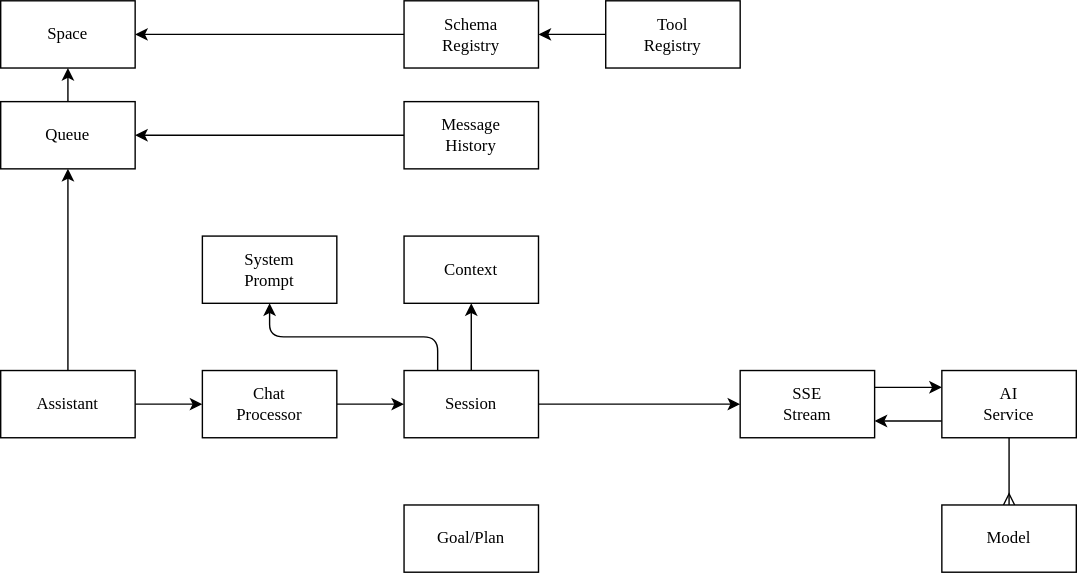
Earlier version of the draw.io export packages/experimental/assistant/docs/assistant.drawio.svg (dxos/dxos). Source tidied: cells renumbered, new cells last; positions are measured from the earlier drawing's top-left corner, leaving out a move shared by most shapes.
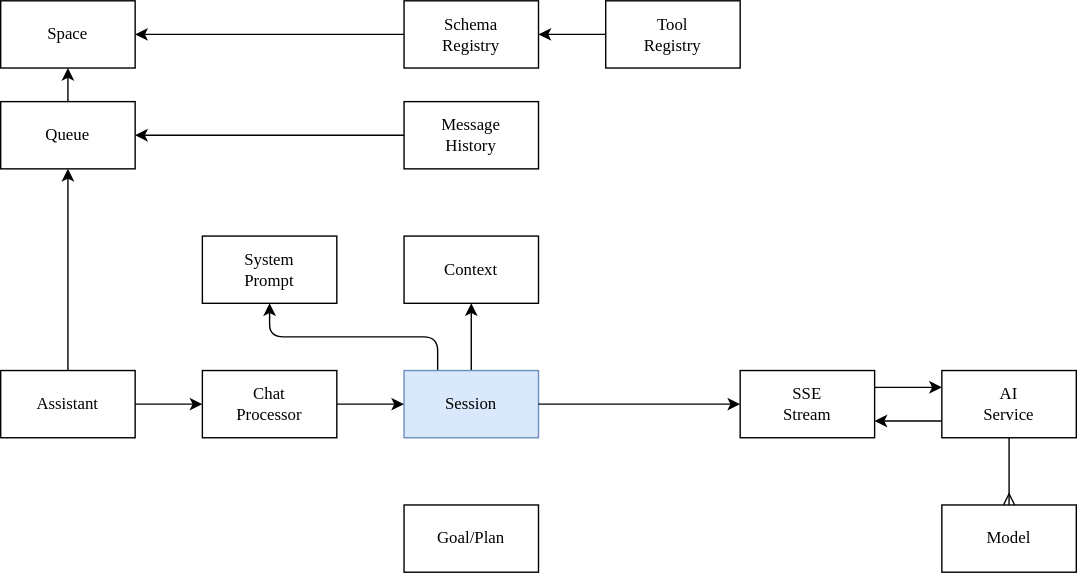
The same file after the commit.

What changed in the source:
```diff
@@ -22,7 +22,7 @@
         </Array>
       </mxGeometry>
     </mxCell>
-    <mxCell id="7" value="Session" style="rounded=0;whiteSpace=wrap;html=1;fontFamily=raleway;fontSource=https%3A%2F%2Ffonts.googleapis.com%2Fcss%3Ffamily%3Draleway;" parent="1" vertex="1">
+    <mxCell id="7" value="Session" style="rounded=0;whiteSpace=wrap;html=1;fontFamily=raleway;fontSource=https%3A%2F%2Ffonts.googleapis.com%2Fcss%3Ffamily%3Draleway;fillColor=#dae8fc;strokeColor=#6c8ebf;" parent="1" vertex="1">
       <mxGeometry x="288" y="264" width="96" height="48" as="geometry" />
     </mxCell>
     <mxCell id="8" style="edgeStyle=none;html=1;exitX=0;exitY=0.5;exitDx=0;exitDy=0;" parent="1" edge="1" source="9" target="14">
```
